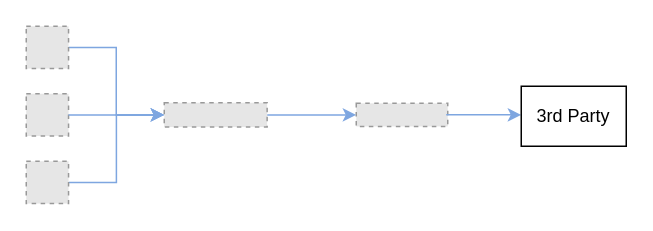
Above: diagrams/single_instance_nats.drawio in karimra/gnmic (draw.io), before the change. Source tidied: cells renumbered, new cells numbered last; positions are measured from the earlier drawing's top-left corner, leaving out a move shared by most shapes. Both pictures are drawn from the tidied source at 150%, with x=0, y=0 at pixel (26, 26). Pictures stored in the file or linked from it are replaced by grey dashed boxes.
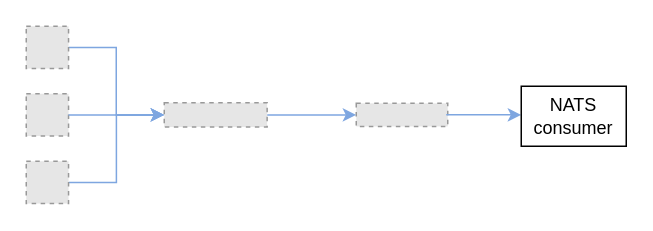
Above is the later version.

The edit, as a diff of the source:
```diff
@@
 <mxGraphModel>
   <root>
     <mxCell id="0" />
     <mxCell id="1" parent="0" />
     <mxCell id="2" style="fillColor=#E6E6E6;strokeColor=#999999;dashed=1;verticalLabelPosition=bottom;labelBackgroundColor=#ffffff;verticalAlign=top;" parent="1" vertex="1">
       <mxGeometry x="220" y="51.4" width="61" height="15.4" as="geometry" />
     </mxCell>
     <mxCell id="3" style="edgeStyle=orthogonalEdgeStyle;rounded=0;jettySize=auto;html=1;exitX=1;exitY=0.5;exitDx=0;exitDy=0;strokeColor=#7EA6E0;entryX=0;entryY=0.5;entryDx=0;entryDy=0;" parent="1" edge="1" source="4" target="8">
       <mxGeometry relative="1" as="geometry">
         <Array as="points">
           <mxPoint x="60" y="14" />
           <mxPoint x="60" y="59" />
         </Array>
       </mxGeometry>
     </mxCell>
     <mxCell id="4" style="fillColor=#E6E6E6;strokeColor=#999999;dashed=1;verticalLabelPosition=bottom;labelBackgroundColor=#ffffff;verticalAlign=top;" parent="1" vertex="1">
       <mxGeometry width="28.2" height="28.2" as="geometry" />
     </mxCell>
     <mxCell id="5" style="edgeStyle=orthogonalEdgeStyle;rounded=0;jettySize=auto;html=1;exitX=1;exitY=0.5;exitDx=0;exitDy=0;strokeColor=#7EA6E0;entryX=0;entryY=0.5;entryDx=0;entryDy=0;" parent="1" edge="1" source="6" target="8">
       <mxGeometry relative="1" as="geometry" />
     </mxCell>
     <mxCell id="6" style="fillColor=#E6E6E6;strokeColor=#999999;dashed=1;verticalLabelPosition=bottom;labelBackgroundColor=#ffffff;verticalAlign=top;" parent="1" vertex="1">
       <mxGeometry y="90" width="28.2" height="28.2" as="geometry" />
     </mxCell>
     <mxCell id="7" style="edgeStyle=orthogonalEdgeStyle;rounded=0;jettySize=auto;html=1;exitX=1;exitY=0.5;exitDx=0;exitDy=0;entryX=0;entryY=0.5;entryDx=0;entryDy=0;strokeColor=#7EA6E0;" parent="1" edge="1" source="8" target="2">
       <mxGeometry relative="1" as="geometry" />
     </mxCell>
     <mxCell id="8" style="fillColor=#E6E6E6;strokeColor=#999999;dashed=1;verticalLabelPosition=bottom;labelBackgroundColor=#ffffff;verticalAlign=top;" parent="1" vertex="1">
       <mxGeometry x="92" y="51" width="68.6" height="16.2" as="geometry" />
     </mxCell>
     <mxCell id="9" style="edgeStyle=orthogonalEdgeStyle;rounded=0;orthogonalLoop=1;jettySize=auto;html=1;strokeColor=#7EA6E0;entryX=0;entryY=0.5;entryDx=0;entryDy=0;" parent="1" edge="1">
       <mxGeometry relative="1" as="geometry">
         <mxPoint x="280" y="59" as="sourcePoint" />
         <mxPoint x="330" y="59.1" as="targetPoint" />
         <Array as="points">
           <mxPoint x="300" y="59" />
           <mxPoint x="300" y="59" />
         </Array>
       </mxGeometry>
     </mxCell>
     <mxCell id="10" style="fillColor=#E6E6E6;strokeColor=#999999;dashed=1;verticalLabelPosition=bottom;labelBackgroundColor=#ffffff;verticalAlign=top;" parent="1" vertex="1">
       <mxGeometry y="45" width="28.2" height="28.2" as="geometry" />
     </mxCell>
     <mxCell id="11" style="edgeStyle=orthogonalEdgeStyle;rounded=0;jettySize=auto;html=1;strokeColor=#7EA6E0;entryX=0;entryY=0.5;entryDx=0;entryDy=0;exitX=1;exitY=0.5;exitDx=0;exitDy=0;" parent="1" edge="1" source="10" target="8">
       <mxGeometry relative="1" as="geometry">
         <Array as="points">
           <mxPoint x="92" y="59" />
         </Array>
       </mxGeometry>
     </mxCell>
-    <mxCell id="12" value="3rd Party" style="rounded=0;whiteSpace=wrap;html=1;fillColor=none;" parent="1" vertex="1">
+    <mxCell id="12" value="NATS consumer" style="rounded=0;whiteSpace=wrap;html=1;fillColor=none;" parent="1" vertex="1">
       <mxGeometry x="330" y="40" width="70" height="40" as="geometry" />
     </mxCell>
   </root>
 </mxGraphModel>
```
